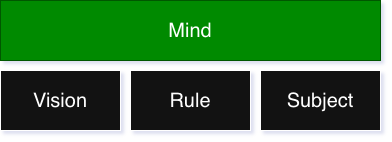
kashanimorteza/economy_document keeps this draw.io diagram as design/mind.png. Above is the earlier version. Source tidied: cells renumbered, new cells last; positions are measured from the earlier drawing's top-left corner, leaving out a move shared by most shapes.
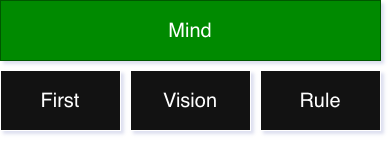
After the commit.

Change to the diagram source:
```diff
@@ -2,13 +2,13 @@
   <root>
     <mxCell id="0" />
     <mxCell id="1" parent="0" />
-    <mxCell id="2" value="Rule" style="whiteSpace=wrap;html=1;fontSize=20;" parent="1" vertex="1">
+    <mxCell id="2" value="Vision" style="whiteSpace=wrap;html=1;fontSize=20;" parent="1" vertex="1">
       <mxGeometry x="130" y="70" width="120" height="60" as="geometry" />
     </mxCell>
-    <mxCell id="3" value="Subject" style="whiteSpace=wrap;html=1;fontSize=20;" parent="1" vertex="1">
+    <mxCell id="3" value="Rule" style="whiteSpace=wrap;html=1;fontSize=20;" parent="1" vertex="1">
       <mxGeometry x="260" y="70" width="120" height="60" as="geometry" />
     </mxCell>
-    <mxCell id="4" value="Vision" style="whiteSpace=wrap;html=1;fontSize=20;" parent="1" vertex="1">
+    <mxCell id="4" value="First" style="whiteSpace=wrap;html=1;fontSize=20;" parent="1" vertex="1">
       <mxGeometry y="70" width="120" height="60" as="geometry" />
     </mxCell>
     <mxCell id="5" value="Mind" style="whiteSpace=wrap;html=1;fontSize=20;fontColor=#ffffff;fillColor=#008a00;strokeColor=#005700;" parent="1" vertex="1">
```
